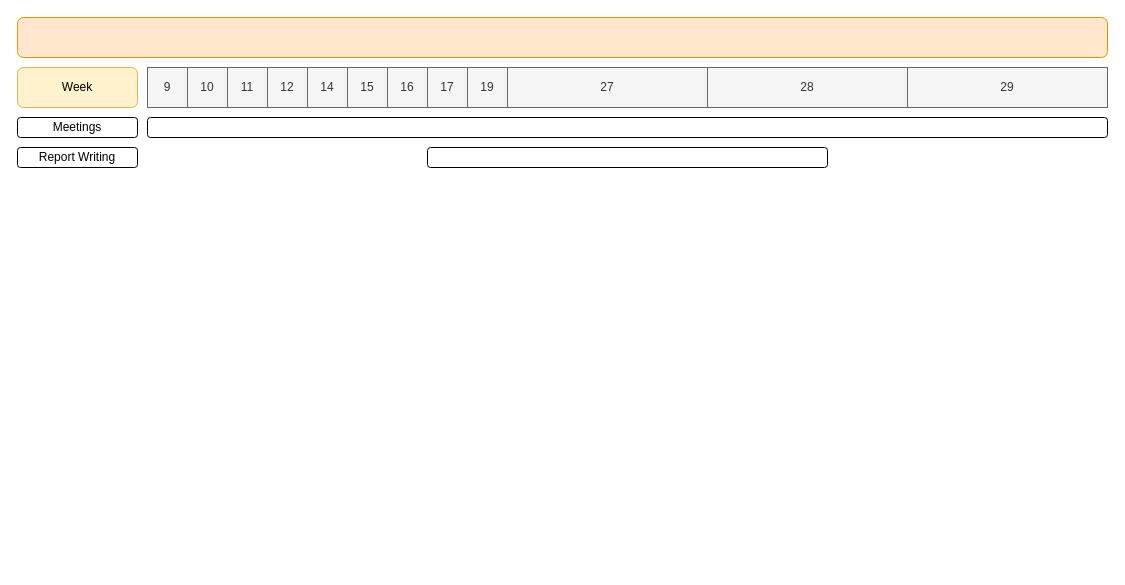
The draw.io diagram documentation/projectPlan.drawio in tjarker/Telemetry, before the edit. Source tidied: cells renumbered, new cells numbered last; positions are measured from the earlier drawing's top-left corner, leaving out a move shared by most shapes. Both pictures are drawn from the tidied source at 100%, with x=0, y=0 at pixel (17, 17).
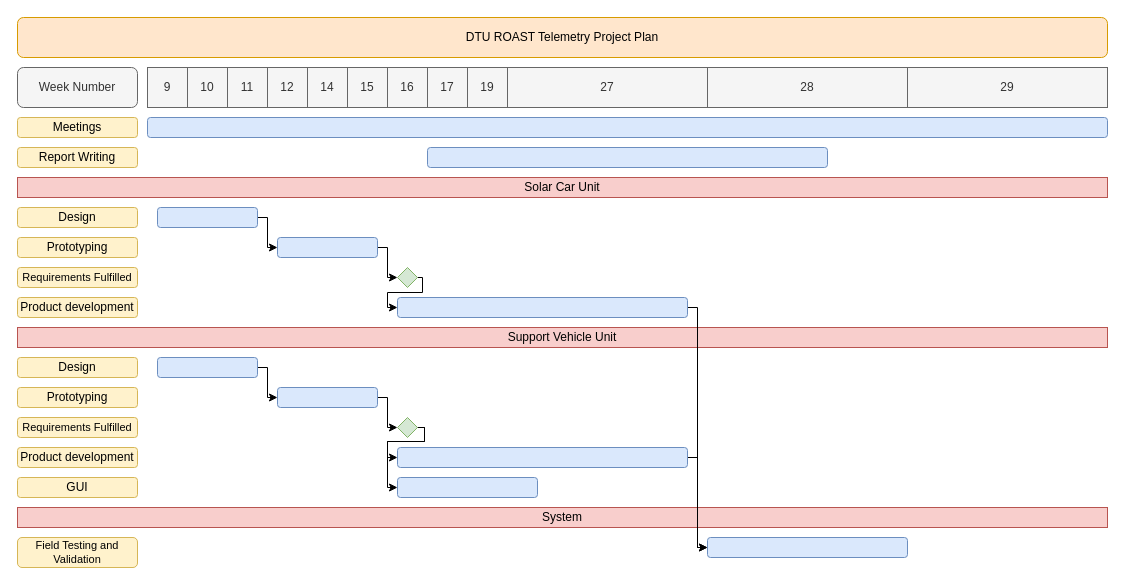
The same page after the edit.

The edit, as a diff of the source:
```diff
@@
-    <mxCell id="2" style="rounded=1;whiteSpace=wrap;html=1;fillColor=#ffe6cc;strokeColor=#d79b00;" parent="1" vertex="1">
+    <mxCell id="2" value="DTU ROAST Telemetry Project Plan" style="rounded=1;whiteSpace=wrap;html=1;fillColor=#ffe6cc;strokeColor=#d79b00;" parent="1" vertex="1">
       <mxGeometry width="1090" height="40" as="geometry" />
     </mxCell>
@@
-    <mxCell id="15" value="Week" style="rounded=1;whiteSpace=wrap;html=1;fillColor=#fff2cc;strokeColor=#d6b656;" parent="1" vertex="1">
+    <mxCell id="15" value="Week Number" style="rounded=1;whiteSpace=wrap;html=1;fillColor=#f5f5f5;strokeColor=#666666;fontColor=#333333;" parent="1" vertex="1">
       <mxGeometry y="50" width="120" height="40" as="geometry" />
     </mxCell>
-    <mxCell id="16" style="rounded=1;whiteSpace=wrap;html=1;" parent="1" vertex="1">
+    <mxCell id="16" style="rounded=1;whiteSpace=wrap;html=1;fillColor=#dae8fc;strokeColor=#6c8ebf;" parent="1" vertex="1">
       <mxGeometry x="130" y="100" width="960" height="20" as="geometry" />
     </mxCell>
-    <mxCell id="17" value="Meetings" style="rounded=1;whiteSpace=wrap;html=1;" parent="1" vertex="1">
+    <mxCell id="17" value="Meetings" style="rounded=1;whiteSpace=wrap;html=1;fillColor=#fff2cc;strokeColor=#d6b656;" parent="1" vertex="1">
       <mxGeometry y="100" width="120" height="20" as="geometry" />
     </mxCell>
-    <mxCell id="18" value="Report Writing" style="rounded=1;whiteSpace=wrap;html=1;" parent="1" vertex="1">
+    <mxCell id="18" value="Report Writing" style="rounded=1;whiteSpace=wrap;html=1;fillColor=#fff2cc;strokeColor=#d6b656;" parent="1" vertex="1">
       <mxGeometry y="130" width="120" height="20" as="geometry" />
     </mxCell>
-    <mxCell id="19" style="rounded=1;whiteSpace=wrap;html=1;" parent="1" vertex="1">
+    <mxCell id="19" style="rounded=1;whiteSpace=wrap;html=1;fillColor=#dae8fc;strokeColor=#6c8ebf;" parent="1" vertex="1">
       <mxGeometry x="410" y="130" width="400" height="20" as="geometry" />
     </mxCell>
+    <mxCell id="20" value="Solar Car Unit" style="rounded=0;whiteSpace=wrap;html=1;fillColor=#f8cecc;strokeColor=#b85450;" parent="1" vertex="1">
+      <mxGeometry y="160" width="1090" height="20" as="geometry" />
+    </mxCell>
+    <mxCell id="21" value="Design" style="rounded=1;whiteSpace=wrap;html=1;fillColor=#fff2cc;strokeColor=#d6b656;" parent="1" vertex="1">
+      <mxGeometry y="190" width="120" height="20" as="geometry" />
+    </mxCell>
+    <mxCell id="22" value="Prototyping" style="rounded=1;whiteSpace=wrap;html=1;fillColor=#fff2cc;strokeColor=#d6b656;" parent="1" vertex="1">
+      <mxGeometry y="220" width="120" height="20" as="geometry" />
+    </mxCell>
+    <mxCell id="23" value="Requirements Fulfilled" style="rounded=1;whiteSpace=wrap;html=1;fontSize=11;fillColor=#fff2cc;strokeColor=#d6b656;" parent="1" vertex="1">
+      <mxGeometry y="250" width="120" height="20" as="geometry" />
+    </mxCell>
+    <mxCell id="24" value="Product development" style="rounded=1;whiteSpace=wrap;html=1;fillColor=#fff2cc;strokeColor=#d6b656;" parent="1" vertex="1">
+      <mxGeometry y="280" width="120" height="20" as="geometry" />
+    </mxCell>
+    <mxCell id="25" value="Design" style="rounded=1;whiteSpace=wrap;html=1;fillColor=#fff2cc;strokeColor=#d6b656;" parent="1" vertex="1">
+      <mxGeometry y="340" width="120" height="20" as="geometry" />
+    </mxCell>
+    <mxCell id="26" value="Support Vehicle Unit" style="rounded=0;whiteSpace=wrap;html=1;fillColor=#f8cecc;strokeColor=#b85450;" parent="1" vertex="1">
+      <mxGeometry y="310" width="1090" height="20" as="geometry" />
+    </mxCell>
+    <mxCell id="27" value="Prototyping" style="rounded=1;whiteSpace=wrap;html=1;fillColor=#fff2cc;strokeColor=#d6b656;" parent="1" vertex="1">
+      <mxGeometry y="370" width="120" height="20" as="geometry" />
+    </mxCell>
+    <mxCell id="28" value="Requirements Fulfilled" style="rounded=1;whiteSpace=wrap;html=1;fontSize=11;fillColor=#fff2cc;strokeColor=#d6b656;" parent="1" vertex="1">
+      <mxGeometry y="400" width="120" height="20" as="geometry" />
+    </mxCell>
+    <mxCell id="29" value="Product development" style="rounded=1;whiteSpace=wrap;html=1;fillColor=#fff2cc;strokeColor=#d6b656;" parent="1" vertex="1">
+      <mxGeometry y="430" width="120" height="20" as="geometry" />
+    </mxCell>
+    <mxCell id="30" value="GUI" style="rounded=1;whiteSpace=wrap;html=1;fillColor=#fff2cc;strokeColor=#d6b656;" parent="1" vertex="1">
+      <mxGeometry y="460" width="120" height="20" as="geometry" />
+    </mxCell>
+    <mxCell id="31" value="System" style="rounded=0;whiteSpace=wrap;html=1;fillColor=#f8cecc;strokeColor=#b85450;" parent="1" vertex="1">
+      <mxGeometry y="490" width="1090" height="20" as="geometry" />
+    </mxCell>
+    <mxCell id="32" style="edgeStyle=orthogonalEdgeStyle;rounded=0;jettySize=auto;html=1;exitX=1;exitY=0.5;exitDx=0;exitDy=0;entryX=0;entryY=0.5;entryDx=0;entryDy=0;fontSize=11;" parent="1" edge="1" source="33" target="35">
+      <mxGeometry relative="1" as="geometry">
+        <Array as="points">
+          <mxPoint x="250" y="200" />
+          <mxPoint x="250" y="230" />
+        </Array>
+      </mxGeometry>
+    </mxCell>
+    <mxCell id="33" style="rounded=1;whiteSpace=wrap;html=1;fillColor=#dae8fc;strokeColor=#6c8ebf;" parent="1" vertex="1">
+      <mxGeometry x="140" y="190" width="100" height="20" as="geometry" />
+    </mxCell>
+    <mxCell id="34" style="edgeStyle=orthogonalEdgeStyle;rounded=0;jettySize=auto;html=1;exitX=1;exitY=0.5;exitDx=0;exitDy=0;entryX=0;entryY=0.5;entryDx=0;entryDy=0;fontSize=11;" parent="1" edge="1" source="35" target="39">
+      <mxGeometry relative="1" as="geometry">
+        <Array as="points">
+          <mxPoint x="370" y="230" />
+        </Array>
+      </mxGeometry>
+    </mxCell>
+    <mxCell id="35" style="rounded=1;whiteSpace=wrap;html=1;fillColor=#dae8fc;strokeColor=#6c8ebf;" parent="1" vertex="1">
+      <mxGeometry x="260" y="220" width="100" height="20" as="geometry" />
+    </mxCell>
+    <mxCell id="36" style="edgeStyle=orthogonalEdgeStyle;rounded=0;jettySize=auto;html=1;exitX=1;exitY=0.5;exitDx=0;exitDy=0;entryX=0;entryY=0.5;entryDx=0;entryDy=0;fontSize=11;" parent="1" edge="1" source="37" target="51">
+      <mxGeometry relative="1" as="geometry">
+        <Array as="points">
+          <mxPoint x="680" y="290" />
+          <mxPoint x="680" y="530" />
+        </Array>
+      </mxGeometry>
+    </mxCell>
+    <mxCell id="37" style="rounded=1;whiteSpace=wrap;html=1;fillColor=#dae8fc;strokeColor=#6c8ebf;" parent="1" vertex="1">
+      <mxGeometry x="380" y="280" width="290" height="20" as="geometry" />
+    </mxCell>
+    <mxCell id="38" style="edgeStyle=orthogonalEdgeStyle;rounded=0;jettySize=auto;html=1;exitX=1;exitY=0.5;exitDx=0;exitDy=0;entryX=0;entryY=0.5;entryDx=0;entryDy=0;fontSize=11;" parent="1" edge="1" source="39" target="37">
+      <mxGeometry relative="1" as="geometry">
+        <Array as="points">
+          <mxPoint x="405" y="260" />
+          <mxPoint x="405" y="275" />
+          <mxPoint x="370" y="275" />
+          <mxPoint x="370" y="290" />
+        </Array>
+      </mxGeometry>
+    </mxCell>
+    <mxCell id="39" style="rhombus;whiteSpace=wrap;html=1;fontSize=11;fillColor=#d5e8d4;strokeColor=#82b366;" parent="1" vertex="1">
+      <mxGeometry x="380" y="250" width="20" height="20" as="geometry" />
+    </mxCell>
+    <mxCell id="40" style="edgeStyle=orthogonalEdgeStyle;rounded=0;jettySize=auto;html=1;exitX=1;exitY=0.5;exitDx=0;exitDy=0;entryX=0;entryY=0.5;entryDx=0;entryDy=0;fontSize=11;" parent="1" edge="1" source="41" target="43">
+      <mxGeometry relative="1" as="geometry">
+        <Array as="points">
+          <mxPoint x="250" y="350" />
+          <mxPoint x="250" y="380" />
+        </Array>
+      </mxGeometry>
+    </mxCell>
+    <mxCell id="41" style="rounded=1;whiteSpace=wrap;html=1;fillColor=#dae8fc;strokeColor=#6c8ebf;" parent="1" vertex="1">
+      <mxGeometry x="140" y="340" width="100" height="20" as="geometry" />
+    </mxCell>
+    <mxCell id="42" style="edgeStyle=orthogonalEdgeStyle;rounded=0;jettySize=auto;html=1;exitX=1;exitY=0.5;exitDx=0;exitDy=0;entryX=0;entryY=0.5;entryDx=0;entryDy=0;fontSize=11;" parent="1" edge="1" source="43" target="48">
+      <mxGeometry relative="1" as="geometry">
+        <Array as="points">
+          <mxPoint x="370" y="380" />
+          <mxPoint x="370" y="410" />
+        </Array>
+      </mxGeometry>
+    </mxCell>
+    <mxCell id="43" style="rounded=1;whiteSpace=wrap;html=1;fillColor=#dae8fc;strokeColor=#6c8ebf;" parent="1" vertex="1">
+      <mxGeometry x="260" y="370" width="100" height="20" as="geometry" />
+    </mxCell>
+    <mxCell id="44" style="edgeStyle=orthogonalEdgeStyle;rounded=0;jettySize=auto;html=1;exitX=1;exitY=0.5;exitDx=0;exitDy=0;entryX=0;entryY=0.5;entryDx=0;entryDy=0;fontSize=11;" parent="1" edge="1" source="45" target="51">
+      <mxGeometry relative="1" as="geometry">
+        <Array as="points">
+          <mxPoint x="680" y="440" />
+          <mxPoint x="680" y="530" />
+        </Array>
+      </mxGeometry>
+    </mxCell>
+    <mxCell id="45" style="rounded=1;whiteSpace=wrap;html=1;fillColor=#dae8fc;strokeColor=#6c8ebf;" parent="1" vertex="1">
+      <mxGeometry x="380" y="430" width="290" height="20" as="geometry" />
+    </mxCell>
+    <mxCell id="46" style="edgeStyle=orthogonalEdgeStyle;rounded=0;jettySize=auto;html=1;exitX=1;exitY=0.5;exitDx=0;exitDy=0;entryX=0;entryY=0.5;entryDx=0;entryDy=0;fontSize=11;" parent="1" edge="1" source="48" target="45">
+      <mxGeometry relative="1" as="geometry">
+        <Array as="points">
+          <mxPoint x="407" y="410" />
+          <mxPoint x="407" y="424" />
+          <mxPoint x="370" y="424" />
+          <mxPoint x="370" y="440" />
+        </Array>
+      </mxGeometry>
+    </mxCell>
+    <mxCell id="47" style="edgeStyle=orthogonalEdgeStyle;rounded=0;jettySize=auto;html=1;exitX=1;exitY=0.5;exitDx=0;exitDy=0;entryX=0;entryY=0.5;entryDx=0;entryDy=0;fontSize=11;" parent="1" edge="1" source="48" target="49">
+      <mxGeometry relative="1" as="geometry">
+        <Array as="points">
+          <mxPoint x="407" y="410" />
+          <mxPoint x="407" y="424" />
+          <mxPoint x="370" y="424" />
+          <mxPoint x="370" y="470" />
+        </Array>
+      </mxGeometry>
+    </mxCell>
+    <mxCell id="48" style="rhombus;whiteSpace=wrap;html=1;fontSize=11;fillColor=#d5e8d4;strokeColor=#82b366;" parent="1" vertex="1">
+      <mxGeometry x="380" y="400" width="20" height="20" as="geometry" />
+    </mxCell>
+    <mxCell id="49" style="rounded=1;whiteSpace=wrap;html=1;fillColor=#dae8fc;strokeColor=#6c8ebf;" parent="1" vertex="1">
+      <mxGeometry x="380" y="460" width="140" height="20" as="geometry" />
+    </mxCell>
+    <mxCell id="50" value="Field Testing and Validation" style="rounded=1;whiteSpace=wrap;html=1;fillColor=#fff2cc;strokeColor=#d6b656;fontSize=11;" parent="1" vertex="1">
+      <mxGeometry y="520" width="120" height="30" as="geometry" />
+    </mxCell>
+    <mxCell id="51" style="rounded=1;whiteSpace=wrap;html=1;fillColor=#dae8fc;strokeColor=#6c8ebf;" parent="1" vertex="1">
+      <mxGeometry x="690" y="520" width="200" height="20" as="geometry" />
+    </mxCell>
```
